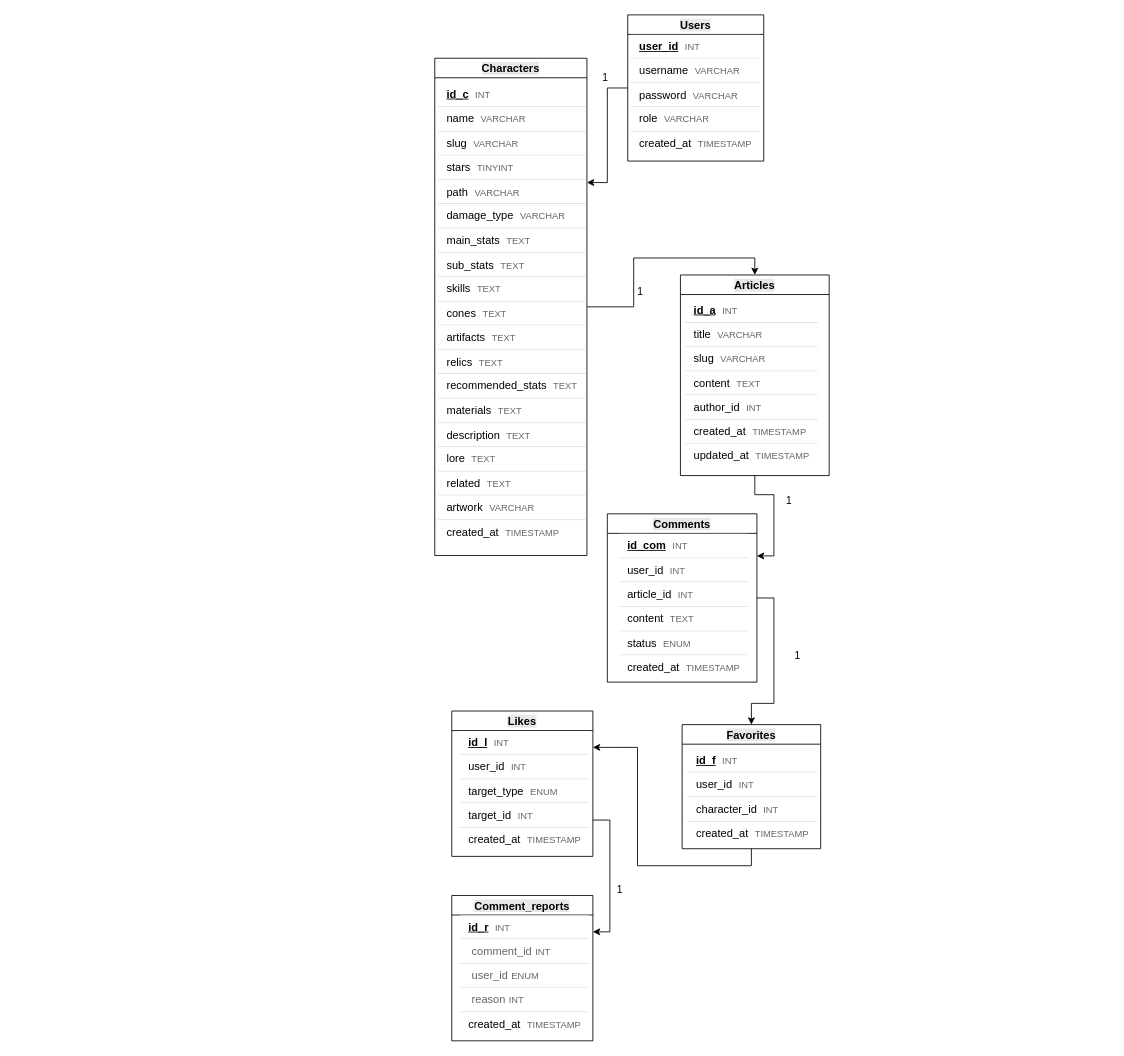
Above: Классов.drawio in Tunez666/hsr (draw.io), before the change. Source tidied: cells renumbered, new cells numbered last; positions are measured from the earlier drawing's top-left corner, leaving out a move shared by most shapes. Both pictures are drawn from the tidied source at 85%, with x=0, y=0 at pixel (434, 14).
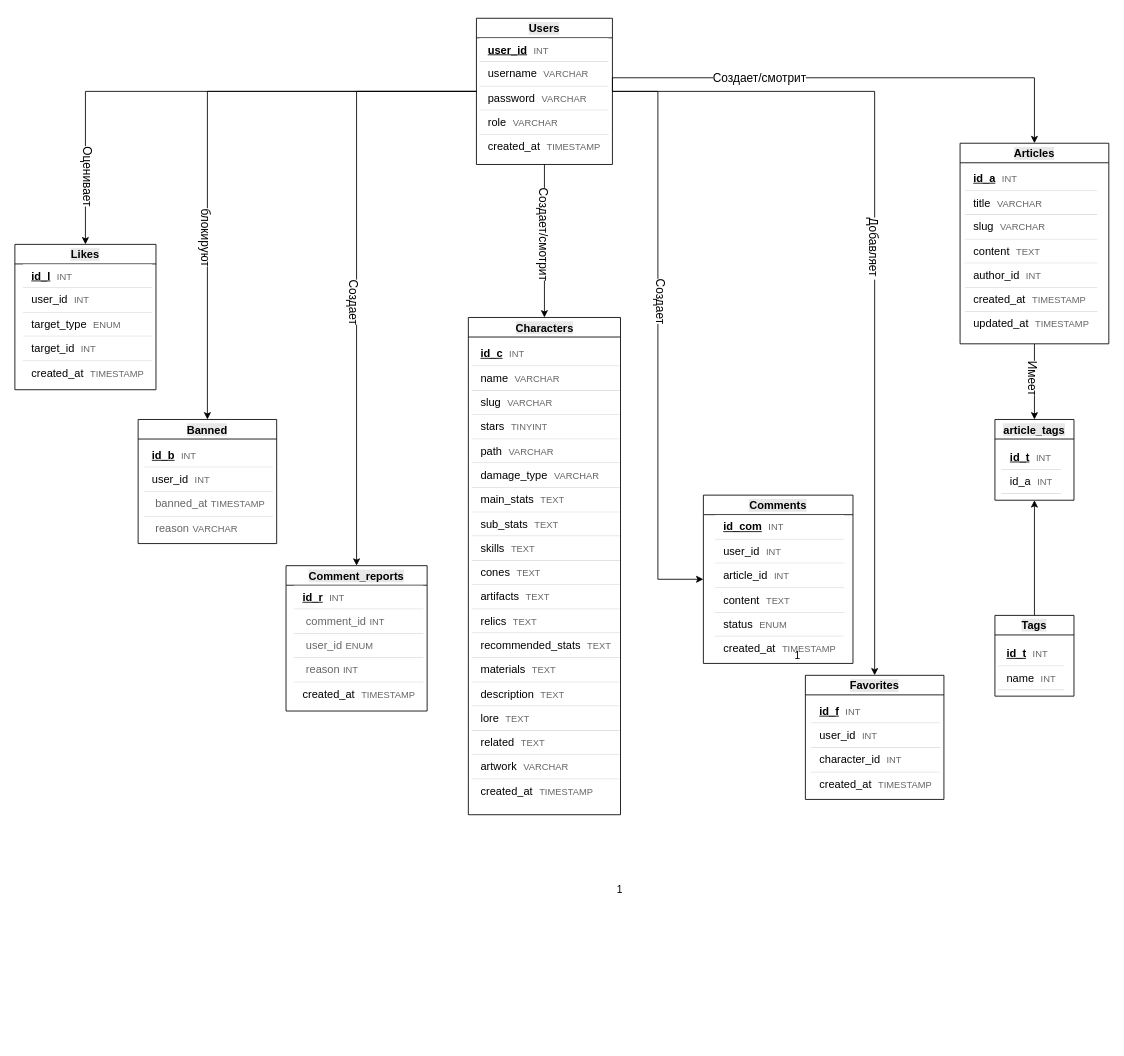
The same page after the edit.

Diff of the diagram source:
```diff
@@
-    <mxCell id="2" style="edgeStyle=orthogonalEdgeStyle;rounded=0;jettySize=auto;html=1;exitX=1;exitY=0.5;exitDx=0;exitDy=0;entryX=0.5;entryY=0;entryDx=0;entryDy=0;" parent="1" edge="1" source="3" target="9">
-      <mxGeometry relative="1" as="geometry" />
-    </mxCell>
     <mxCell id="3" value="&lt;span style=&quot;font-family: Arial, sans-serif; font-size: 13px; background-color: rgb(232, 232, 232);&quot;&gt;Characters&lt;/span&gt;" style="swimlane;whiteSpace=wrap;html=1;" parent="1" vertex="1">
-      <mxGeometry y="51" width="179" height="585" as="geometry" />
+      <mxGeometry x="39.5" y="356" width="179" height="585" as="geometry" />
     </mxCell>
@@
+    <mxCell id="27" style="edgeStyle=orthogonalEdgeStyle;rounded=0;jettySize=auto;html=1;exitX=1;exitY=0.5;exitDx=0;exitDy=0;entryX=0.5;entryY=0;entryDx=0;entryDy=0;" parent="1" edge="1" source="6" target="9">
+      <mxGeometry relative="1" as="geometry">
+        <Array as="points">
+          <mxPoint x="209" y="74" />
+          <mxPoint x="706" y="74" />
+        </Array>
+      </mxGeometry>
+    </mxCell>
+    <mxCell id="28" value="Создает/смотрит" style="edgeLabel;html=1;align=center;verticalAlign=middle;fontSize=14;" parent="27" vertex="1">
+      <mxGeometry x="-0.36" relative="1" as="geometry">
+        <mxPoint x="-1" as="offset" />
+      </mxGeometry>
+    </mxCell>
-    <mxCell id="5" style="edgeStyle=orthogonalEdgeStyle;rounded=0;jettySize=auto;html=1;entryX=1;entryY=0.25;entryDx=0;entryDy=0;" parent="1" edge="1" source="6" target="3">
+    <mxCell id="5" style="edgeStyle=orthogonalEdgeStyle;rounded=0;jettySize=auto;html=1;entryX=0.5;entryY=0;entryDx=0;entryDy=0;" parent="1" edge="1" source="6" target="3">
       <mxGeometry relative="1" as="geometry" />
     </mxCell>
+    <mxCell id="29" value="Создает/смотрит" style="edgeLabel;html=1;align=center;verticalAlign=middle;rotation=90;fontSize=14;" parent="5" vertex="1">
+      <mxGeometry x="-0.1" relative="1" as="geometry" />
+    </mxCell>
+    <mxCell id="30" style="edgeStyle=orthogonalEdgeStyle;rounded=0;jettySize=auto;html=1;entryX=0;entryY=0.5;entryDx=0;entryDy=0;" parent="1" edge="1" source="6" target="15">
+      <mxGeometry relative="1" as="geometry" />
+    </mxCell>
+    <mxCell id="31" value="Создает" style="edgeLabel;html=1;align=center;verticalAlign=middle;rotation=90;fontSize=14;" parent="30" vertex="1">
+      <mxGeometry x="-0.12" y="4" relative="1" as="geometry" />
+    </mxCell>
+    <mxCell id="32" style="edgeStyle=orthogonalEdgeStyle;rounded=0;jettySize=auto;html=1;entryX=0.5;entryY=0;entryDx=0;entryDy=0;" parent="1" edge="1" source="6" target="18">
+      <mxGeometry relative="1" as="geometry" />
+    </mxCell>
+    <mxCell id="33" value="Добавляет&amp;nbsp;" style="edgeLabel;html=1;align=center;verticalAlign=middle;rotation=90;fontSize=14;" parent="32" vertex="1">
+      <mxGeometry x="-0.01" y="-1" relative="1" as="geometry" />
+    </mxCell>
+    <mxCell id="34" style="edgeStyle=orthogonalEdgeStyle;rounded=0;jettySize=auto;html=1;entryX=0.5;entryY=0;entryDx=0;entryDy=0;" parent="1" edge="1" source="6" target="45">
+      <mxGeometry relative="1" as="geometry" />
+    </mxCell>
+    <mxCell id="35" value="блокируют" style="edgeLabel;html=1;align=center;verticalAlign=middle;rotation=90;fontSize=14;" parent="34" vertex="1">
+      <mxGeometry x="0.39" y="-1" relative="1" as="geometry" />
+    </mxCell>
+    <mxCell id="36" style="edgeStyle=orthogonalEdgeStyle;rounded=0;jettySize=auto;html=1;exitX=0;exitY=0.5;exitDx=0;exitDy=0;entryX=0.5;entryY=0;entryDx=0;entryDy=0;" parent="1" edge="1" source="6" target="25">
+      <mxGeometry relative="1" as="geometry" />
+    </mxCell>
+    <mxCell id="37" value="Создает" style="edgeLabel;html=1;align=center;verticalAlign=middle;fontSize=14;rotation=90;" parent="36" vertex="1">
+      <mxGeometry x="0.11" y="-2" relative="1" as="geometry" />
+    </mxCell>
+    <mxCell id="38" style="edgeStyle=orthogonalEdgeStyle;rounded=0;jettySize=auto;html=1;" parent="1" edge="1" source="6" target="12">
+      <mxGeometry relative="1" as="geometry" />
+    </mxCell>
+    <mxCell id="39" value="Оценивает" style="edgeLabel;html=1;align=center;verticalAlign=middle;rotation=90;fontSize=14;" parent="38" vertex="1">
+      <mxGeometry x="0.75" y="4" relative="1" as="geometry">
+        <mxPoint y="-1" as="offset" />
+      </mxGeometry>
+    </mxCell>
     <mxCell id="6" value="&lt;span style=&quot;font-family: Arial, sans-serif; font-size: 13px; background-color: rgb(232, 232, 232);&quot;&gt;Users&lt;/span&gt;" style="swimlane;whiteSpace=wrap;html=1;" parent="1" vertex="1">
-      <mxGeometry x="227" width="160" height="172" as="geometry" />
+      <mxGeometry x="49" y="4" width="160" height="172" as="geometry" />
     </mxCell>
@@
-    <mxCell id="8" style="edgeStyle=orthogonalEdgeStyle;rounded=0;jettySize=auto;html=1;entryX=1;entryY=0.25;entryDx=0;entryDy=0;" parent="1" edge="1" source="9" target="15">
-      <mxGeometry relative="1" as="geometry" />
-    </mxCell>
+    <mxCell id="40" style="edgeStyle=orthogonalEdgeStyle;rounded=0;jettySize=auto;html=1;entryX=0.5;entryY=0;entryDx=0;entryDy=0;" parent="1" edge="1" source="9" target="47">
+      <mxGeometry relative="1" as="geometry" />
+    </mxCell>
+    <mxCell id="41" value="Имеет" style="edgeLabel;html=1;align=center;verticalAlign=middle;fontSize=14;rotation=90;" parent="40" vertex="1">
+      <mxGeometry x="-0.08" y="-1" relative="1" as="geometry">
+        <mxPoint y="-1" as="offset" />
+      </mxGeometry>
+    </mxCell>
     <mxCell id="9" value="&lt;span style=&quot;font-family: Arial, sans-serif; font-size: 13px; background-color: rgb(232, 232, 232);&quot;&gt;Articles&lt;/span&gt;" style="swimlane;whiteSpace=wrap;html=1;" parent="1" vertex="1">
-      <mxGeometry x="289" y="306" width="175" height="236" as="geometry" />
+      <mxGeometry x="618" y="151" width="175" height="236" as="geometry" />
     </mxCell>
@@
-    <mxCell id="11" style="edgeStyle=orthogonalEdgeStyle;rounded=0;jettySize=auto;html=1;exitX=1;exitY=0.75;exitDx=0;exitDy=0;entryX=1;entryY=0.25;entryDx=0;entryDy=0;" parent="1" edge="1" source="12" target="25">
-      <mxGeometry relative="1" as="geometry" />
-    </mxCell>
     <mxCell id="12" value="&lt;span style=&quot;font-family: Arial, sans-serif; font-size: 13px; background-color: rgb(232, 232, 232);&quot;&gt;Likes&lt;/span&gt;" style="swimlane;whiteSpace=wrap;html=1;" parent="1" vertex="1">
-      <mxGeometry x="20" y="819" width="166" height="171" as="geometry" />
+      <mxGeometry x="-494" y="270" width="166" height="171" as="geometry" />
     </mxCell>
@@
-    <mxCell id="14" style="edgeStyle=orthogonalEdgeStyle;rounded=0;jettySize=auto;html=1;exitX=1;exitY=0.5;exitDx=0;exitDy=0;entryX=0.5;entryY=0;entryDx=0;entryDy=0;" parent="1" edge="1" source="15" target="18">
-      <mxGeometry relative="1" as="geometry" />
-    </mxCell>
     <mxCell id="15" value="&lt;span style=&quot;font-family: Arial, sans-serif; font-size: 13px; background-color: rgb(232, 232, 232);&quot;&gt;Comments&lt;/span&gt;" style="swimlane;whiteSpace=wrap;html=1;" parent="1" vertex="1">
-      <mxGeometry x="203" y="587" width="176" height="198" as="geometry" />
+      <mxGeometry x="316" y="565" width="176" height="198" as="geometry" />
     </mxCell>
@@
-    <mxCell id="17" style="edgeStyle=orthogonalEdgeStyle;rounded=0;jettySize=auto;html=1;exitX=0.5;exitY=1;exitDx=0;exitDy=0;entryX=1;entryY=0.25;entryDx=0;entryDy=0;" parent="1" edge="1" source="18" target="12">
-      <mxGeometry relative="1" as="geometry" />
-    </mxCell>
     <mxCell id="18" value="&lt;span style=&quot;font-family: Arial, sans-serif; font-size: 13px; background-color: rgb(232, 232, 232);&quot;&gt;Favorites&lt;/span&gt;" style="swimlane;whiteSpace=wrap;html=1;" parent="1" vertex="1">
-      <mxGeometry x="291" y="835" width="163" height="146" as="geometry" />
+      <mxGeometry x="436" y="777" width="163" height="146" as="geometry" />
     </mxCell>
@@
-    <mxCell id="20" value="1" style="text;html=1;whiteSpace=wrap;strokeColor=none;fillColor=none;align=center;verticalAlign=middle;rounded=0;" parent="1" vertex="1">
-      <mxGeometry x="171" y="59" width="60" height="30" as="geometry" />
-    </mxCell>
-    <mxCell id="21" value="1" style="text;html=1;whiteSpace=wrap;strokeColor=none;fillColor=none;align=center;verticalAlign=middle;rounded=0;" parent="1" vertex="1">
-      <mxGeometry x="212" y="311" width="60" height="30" as="geometry" />
-    </mxCell>
-    <mxCell id="22" value="1" style="text;html=1;whiteSpace=wrap;strokeColor=none;fillColor=none;align=center;verticalAlign=middle;rounded=0;" parent="1" vertex="1">
-      <mxGeometry x="387" y="557" width="60" height="30" as="geometry" />
-    </mxCell>
@@
     <mxCell id="25" value="&lt;font face=&quot;Arial, sans-serif&quot;&gt;&lt;span style=&quot;font-size: 13px; background-color: rgb(232, 232, 232);&quot;&gt;Comment_reports&lt;/span&gt;&lt;/font&gt;" style="swimlane;whiteSpace=wrap;html=1;" parent="1" vertex="1">
-      <mxGeometry x="20" y="1036" width="166" height="171" as="geometry" />
+      <mxGeometry x="-175" y="648" width="166" height="171" as="geometry" />
     </mxCell>
@@
+    <mxCell id="42" style="edgeStyle=orthogonalEdgeStyle;rounded=0;jettySize=auto;html=1;entryX=0.5;entryY=1;entryDx=0;entryDy=0;" parent="1" edge="1" source="43" target="47">
+      <mxGeometry relative="1" as="geometry" />
+    </mxCell>
+    <mxCell id="43" value="&lt;span style=&quot;font-family: Arial, sans-serif; font-size: 13px; background-color: rgb(232, 232, 232);&quot;&gt;Tags&lt;/span&gt;" style="swimlane;whiteSpace=wrap;html=1;" parent="1" vertex="1">
+      <mxGeometry x="659" y="706.5" width="93" height="95" as="geometry" />
+    </mxCell>
+    <mxCell id="44" value="&lt;div class=&quot;attribute&quot; style=&quot;padding: 6px 10px; border-bottom: 1px solid rgb(221, 221, 221); font-family: Arial, sans-serif; font-size: 13px; text-align: start; background-color: rgb(255, 255, 255);&quot;&gt;&lt;span class=&quot;attribute-name pk&quot; style=&quot;font-weight: bold; text-decoration-line: underline;&quot;&gt;id_t&lt;/span&gt;&amp;nbsp;&lt;span class=&quot;attribute-type&quot; style=&quot;color: rgb(102, 102, 102); font-size: 11px; margin-left: 4px;&quot;&gt;INT&lt;/span&gt;&lt;/div&gt;&lt;div class=&quot;attribute&quot; style=&quot;padding: 6px 10px; border-bottom: 1px solid rgb(221, 221, 221); font-family: Arial, sans-serif; font-size: 13px; text-align: start; background-color: rgb(255, 255, 255);&quot;&gt;name&amp;nbsp;&lt;span class=&quot;attribute-type&quot; style=&quot;color: rgb(102, 102, 102); font-size: 11px; margin-left: 4px;&quot;&gt;INT&lt;/span&gt;&lt;/div&gt;" style="text;html=1;whiteSpace=wrap;strokeColor=none;fillColor=none;align=center;verticalAlign=middle;rounded=0;" parent="43" vertex="1">
+      <mxGeometry x="-13" y="44" width="112" height="30" as="geometry" />
+    </mxCell>
+    <mxCell id="45" value="&lt;span style=&quot;font-family: Arial, sans-serif; font-size: 13px; background-color: rgb(232, 232, 232);&quot;&gt;Banned&lt;/span&gt;" style="swimlane;whiteSpace=wrap;html=1;startSize=23;" parent="1" vertex="1">
+      <mxGeometry x="-349" y="476" width="163" height="146" as="geometry" />
+    </mxCell>
+    <mxCell id="46" value="&lt;div class=&quot;attribute&quot; style=&quot;padding: 6px 10px; border-bottom: 1px solid rgb(221, 221, 221); font-family: Arial, sans-serif; font-size: 13px; text-align: start; background-color: rgb(255, 255, 255);&quot;&gt;&lt;span class=&quot;attribute-name pk&quot; style=&quot;font-weight: bold; text-decoration-line: underline;&quot;&gt;id_b&lt;/span&gt;&amp;nbsp;&lt;span class=&quot;attribute-type&quot; style=&quot;color: rgb(102, 102, 102); font-size: 11px; margin-left: 4px;&quot;&gt;INT&lt;/span&gt;&lt;/div&gt;&lt;div class=&quot;attribute&quot; style=&quot;padding: 6px 10px; border-bottom: 1px solid rgb(221, 221, 221); font-family: Arial, sans-serif; font-size: 13px; text-align: start; background-color: rgb(255, 255, 255);&quot;&gt;&lt;span class=&quot;attribute-name&quot;&gt;user_id&lt;/span&gt;&amp;nbsp;&lt;span class=&quot;attribute-type&quot; style=&quot;color: rgb(102, 102, 102); font-size: 11px; margin-left: 4px;&quot;&gt;INT&lt;/span&gt;&lt;/div&gt;&lt;div class=&quot;attribute&quot; style=&quot;padding: 6px 10px; border-bottom: 1px solid rgb(221, 221, 221); font-family: Arial, sans-serif; text-align: start; background-color: rgb(255, 255, 255);&quot;&gt;&lt;span class=&quot;attribute-type&quot; style=&quot;margin-left: 4px; font-size: 13px; color: rgb(102, 102, 102);&quot;&gt;banned_at&lt;/span&gt;&lt;span class=&quot;attribute-type&quot; style=&quot;margin-left: 4px; font-size: 11px; color: rgb(102, 102, 102);&quot;&gt;&lt;font color=&quot;#666666&quot;&gt;TIMESTAMP&lt;/font&gt;&lt;/span&gt;&lt;/div&gt;&lt;div class=&quot;attribute&quot; style=&quot;padding: 6px 10px; border-bottom: none; font-family: Arial, sans-serif; text-align: start; background-color: rgb(255, 255, 255);&quot;&gt;&lt;span class=&quot;attribute-type&quot; style=&quot;margin-left: 4px; font-size: 13px; color: rgb(102, 102, 102);&quot;&gt;reason&lt;/span&gt;&lt;span class=&quot;attribute-type&quot; style=&quot;margin-left: 4px; font-size: 11px; color: rgb(102, 102, 102);&quot;&gt;&lt;font color=&quot;#666666&quot;&gt;VARCHAR&lt;/font&gt;&lt;/span&gt;&lt;/div&gt;" style="text;html=1;whiteSpace=wrap;strokeColor=none;fillColor=none;align=center;verticalAlign=middle;rounded=0;" parent="45" vertex="1">
+      <mxGeometry x="53" y="70" width="60" height="30" as="geometry" />
+    </mxCell>
+    <mxCell id="47" value="&lt;span style=&quot;font-family: Arial, sans-serif; font-size: 13px; background-color: rgb(232, 232, 232);&quot;&gt;article_tags&lt;/span&gt;" style="swimlane;whiteSpace=wrap;html=1;" parent="1" vertex="1">
+      <mxGeometry x="659" y="476" width="93" height="95" as="geometry" />
+    </mxCell>
+    <mxCell id="48" value="&lt;div class=&quot;attribute&quot; style=&quot;padding: 6px 10px; border-bottom: 1px solid rgb(221, 221, 221); font-family: Arial, sans-serif; font-size: 13px; text-align: start; background-color: rgb(255, 255, 255);&quot;&gt;&lt;span class=&quot;attribute-name pk&quot; style=&quot;font-weight: bold; text-decoration-line: underline;&quot;&gt;id_t&lt;/span&gt;&amp;nbsp;&lt;span class=&quot;attribute-type&quot; style=&quot;color: rgb(102, 102, 102); font-size: 11px; margin-left: 4px;&quot;&gt;INT&lt;/span&gt;&lt;/div&gt;&lt;div class=&quot;attribute&quot; style=&quot;padding: 6px 10px; border-bottom: 1px solid rgb(221, 221, 221); font-family: Arial, sans-serif; font-size: 13px; text-align: start; background-color: rgb(255, 255, 255);&quot;&gt;id_a&amp;nbsp;&lt;span class=&quot;attribute-type&quot; style=&quot;color: rgb(102, 102, 102); font-size: 11px; margin-left: 4px;&quot;&gt;INT&lt;/span&gt;&lt;/div&gt;" style="text;html=1;whiteSpace=wrap;strokeColor=none;fillColor=none;align=center;verticalAlign=middle;rounded=0;" parent="47" vertex="1">
+      <mxGeometry x="-13" y="44" width="112" height="30" as="geometry" />
+    </mxCell>
```
